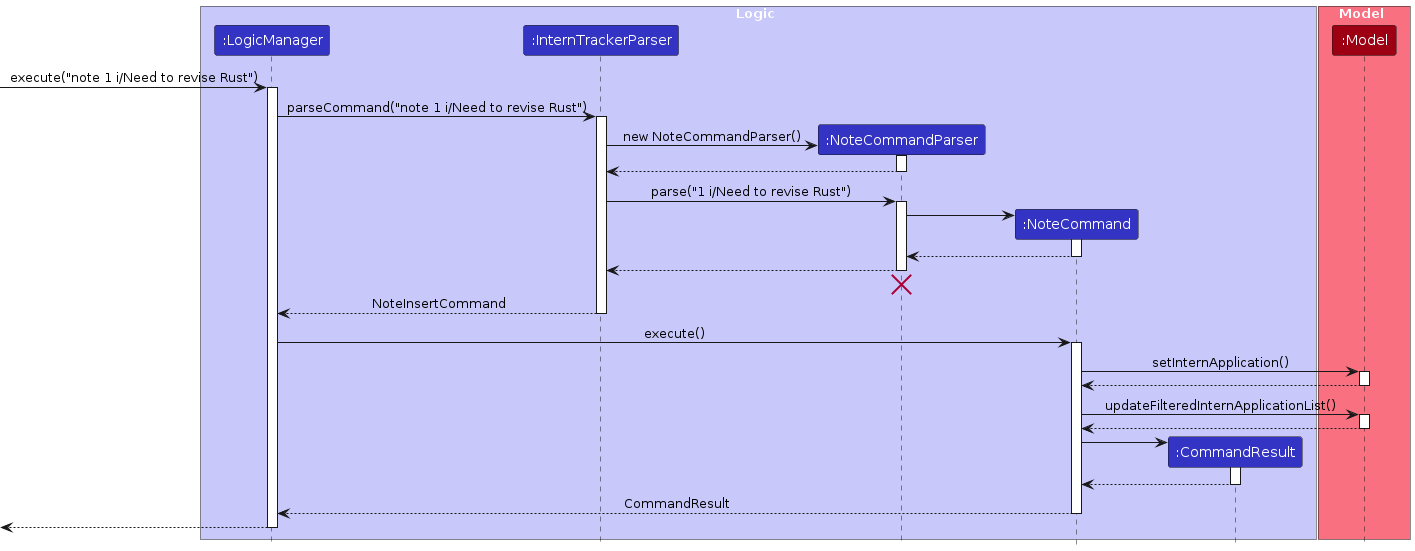
This is diagrams/NoteInsertCommandSequenceDiagram.png from AprupKale/tp, a PlantUML export, as it was before one commit. Its source is kept beside it as diagrams/NoteInsertCommandSequenceDiagram.puml.
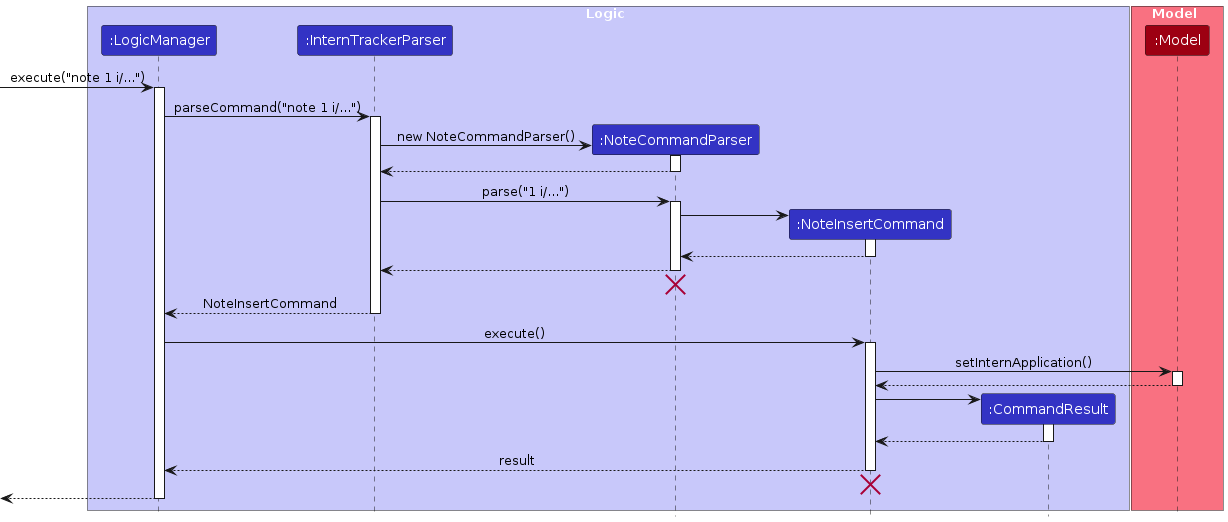
After the change.

Change to the diagram source:
```diff
@@ -6,7 +6,7 @@
 participant ":LogicManager" as LogicManager LOGIC_COLOR
 participant ":InternTrackerParser" as InternTrackerParser LOGIC_COLOR
 participant ":NoteCommandParser" as NoteCommandParser LOGIC_COLOR
-participant ":NoteCommand" as NoteCommand LOGIC_COLOR
+participant ":NoteInsertCommand" as NoteInsertCommand LOGIC_COLOR
 participant ":CommandResult" as CommandResult LOGIC_COLOR
 end box
 
@@ -14,10 +14,10 @@
 participant ":Model" as Model MODEL_COLOR
 end box
 
-[-> LogicManager : execute("note 1 i/Need to revise Rust")
+[-> LogicManager : execute("note 1 i/...")
 activate LogicManager
 
-LogicManager -> InternTrackerParser : parseCommand("note 1 i/Need to revise Rust")
+LogicManager -> InternTrackerParser : parseCommand("note 1 i/...")
 activate InternTrackerParser
 
 create NoteCommandParser
@@ -27,15 +27,15 @@
 NoteCommandParser --> InternTrackerParser
 deactivate NoteCommandParser
 
-InternTrackerParser -> NoteCommandParser : parse("1 i/Need to revise Rust")
+InternTrackerParser -> NoteCommandParser : parse("1 i/...")
 activate NoteCommandParser
 
-create NoteCommand
-NoteCommandParser -> NoteCommand
-activate NoteCommand
+create NoteInsertCommand
+NoteCommandParser -> NoteInsertCommand
+activate NoteInsertCommand
 
-NoteCommand --> NoteCommandParser :
-deactivate NoteCommand
+NoteInsertCommand --> NoteCommandParser :
+deactivate NoteInsertCommand
 
 NoteCommandParser --> InternTrackerParser :
 deactivate NoteCommandParser
@@ -45,30 +45,28 @@
 InternTrackerParser --> LogicManager : NoteInsertCommand
 deactivate InternTrackerParser
 
-LogicManager -> NoteCommand : execute()
-activate NoteCommand
+LogicManager -> NoteInsertCommand : execute()
+activate NoteInsertCommand
 
-NoteCommand -> Model : setInternApplication()
+NoteInsertCommand -> Model : setInternApplication()
 activate Model
 
-Model --> NoteCommand
-deactivate Model
 
-NoteCommand -> Model : updateFilteredInternApplicationList()
-activate Model
 
-Model --> NoteCommand
+Model --> NoteInsertCommand
 deactivate Model
 
 create CommandResult
-NoteCommand -> CommandResult
+NoteInsertCommand -> CommandResult
 activate CommandResult
 
-CommandResult --> NoteCommand
+CommandResult --> NoteInsertCommand
 deactivate CommandResult
 
-NoteCommand --> LogicManager : CommandResult
-deactivate NoteCommand
+NoteInsertCommand --> LogicManager : result
+deactivate NoteInsertCommand
+NoteInsertCommand -[hidden]-> LogicManager
+destroy NoteInsertCommand
 
 [<--LogicManager
 deactivate LogicManager
```
